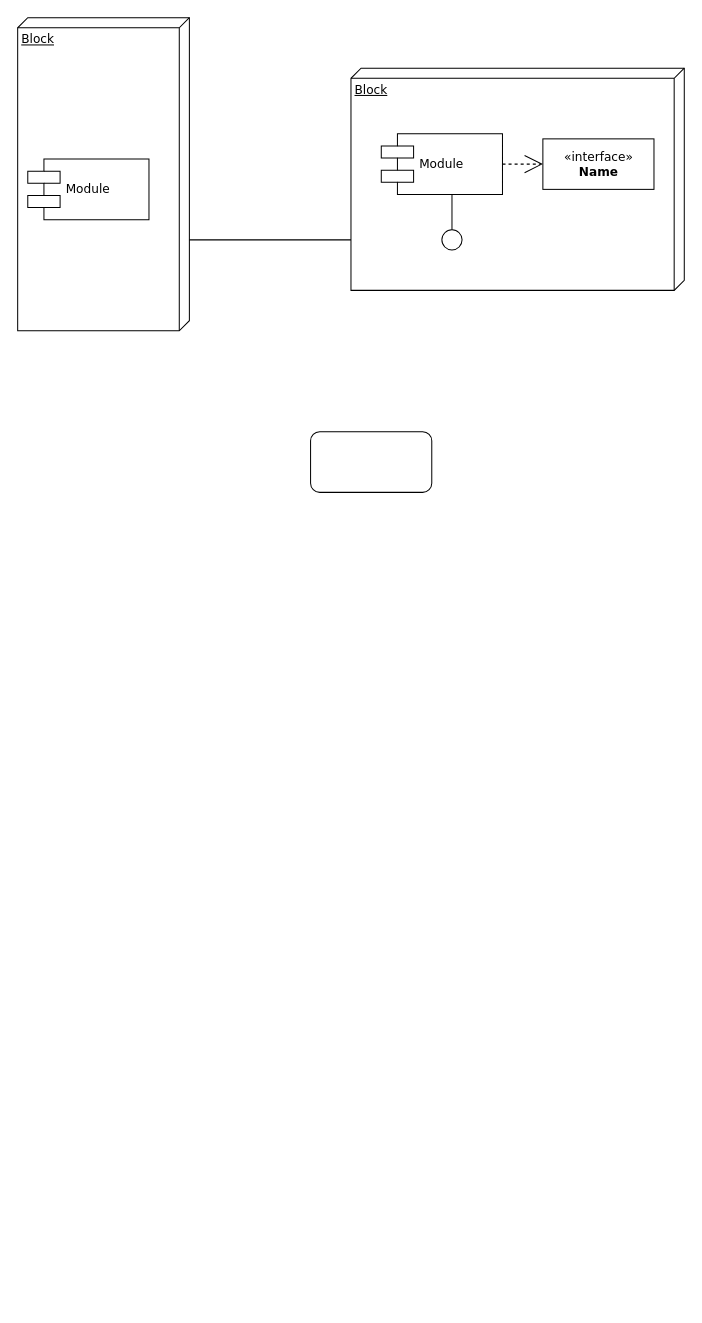
Before: 未命名绘图.drawio in Bernard203/Bernard203.github.io, a draw.io diagram. Source tidied: cells renumbered, new cells numbered last; positions are measured from the earlier drawing's top-left corner, leaving out a move shared by most shapes. Both pictures are drawn from the tidied source at 101%, with x=0, y=0 at pixel (17, 17).
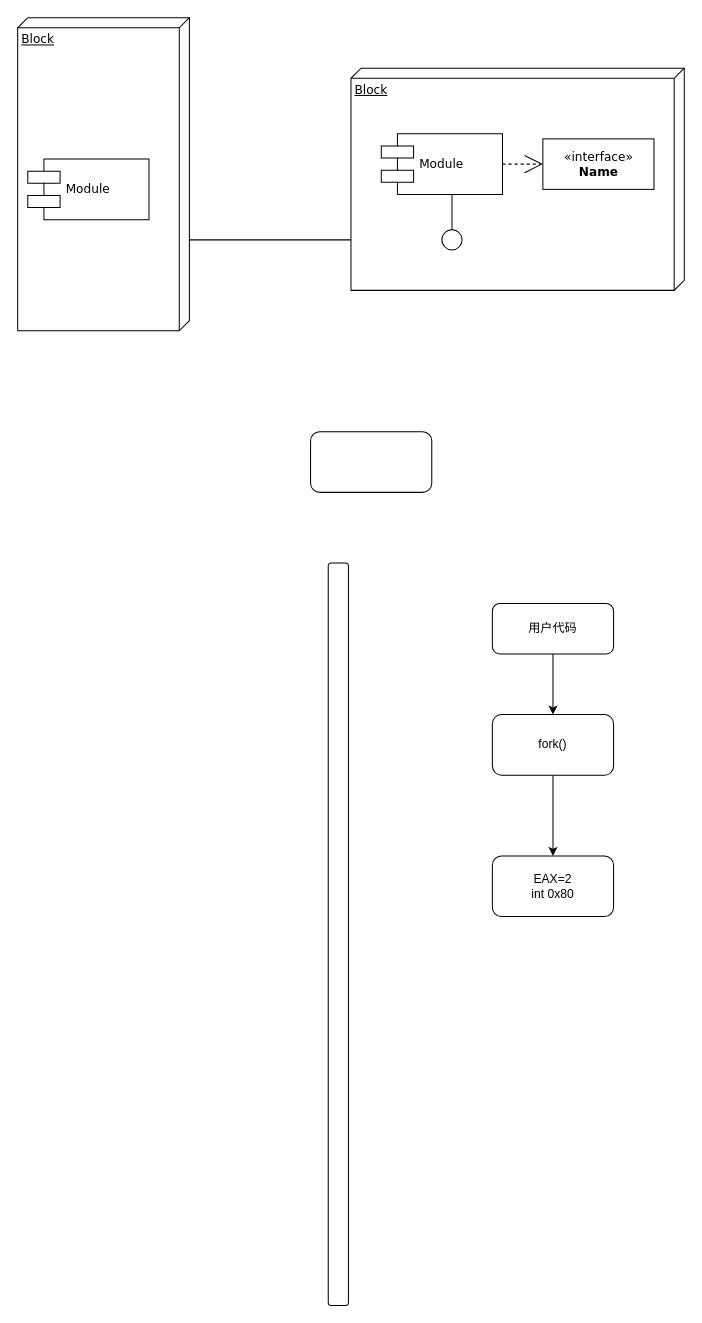
The same page after the edit.

What changed in the source:
```diff
@@
 <mxGraphModel>
   <root>
     <mxCell id="0" />
     <mxCell id="1" parent="0" />
     <mxCell id="2" value="Block" style="verticalAlign=top;align=left;spacingTop=8;spacingLeft=2;spacingRight=12;shape=cube;size=10;direction=south;fontStyle=4;html=1;rounded=0;shadow=0;comic=0;labelBackgroundColor=none;strokeWidth=1;fontFamily=Verdana;fontSize=12;" parent="1" vertex="1">
       <mxGeometry x="330" y="50" width="330" height="220" as="geometry" />
     </mxCell>
     <mxCell id="3" value="Block" style="verticalAlign=top;align=left;spacingTop=8;spacingLeft=2;spacingRight=12;shape=cube;size=10;direction=south;fontStyle=4;html=1;rounded=0;shadow=0;comic=0;labelBackgroundColor=none;strokeWidth=1;fontFamily=Verdana;fontSize=12;" parent="1" vertex="1">
       <mxGeometry width="170" height="310" as="geometry" />
     </mxCell>
     <mxCell id="4" value="Module" style="shape=component;align=left;spacingLeft=36;rounded=0;shadow=0;comic=0;labelBackgroundColor=none;strokeWidth=1;fontFamily=Verdana;fontSize=12;html=1;" parent="1" vertex="1">
       <mxGeometry x="360" y="115" width="120" height="60" as="geometry" />
     </mxCell>
     <mxCell id="5" value="&amp;laquo;interface&amp;raquo;&lt;br&gt;&lt;b&gt;Name&lt;/b&gt;" style="html=1;rounded=0;shadow=0;comic=0;labelBackgroundColor=none;strokeWidth=1;fontFamily=Verdana;fontSize=12;align=center;" parent="1" vertex="1">
       <mxGeometry x="520" y="120" width="110" height="50" as="geometry" />
     </mxCell>
     <mxCell id="6" style="ellipse;whiteSpace=wrap;html=1;rounded=0;shadow=0;comic=0;labelBackgroundColor=none;strokeWidth=1;fontFamily=Verdana;fontSize=12;align=center;" parent="1" vertex="1">
       <mxGeometry x="420" y="210" width="20" height="20" as="geometry" />
     </mxCell>
     <mxCell id="7" value="Module" style="shape=component;align=left;spacingLeft=36;rounded=0;shadow=0;comic=0;labelBackgroundColor=none;strokeWidth=1;fontFamily=Verdana;fontSize=12;html=1;" parent="1" vertex="1">
       <mxGeometry x="10" y="140" width="120" height="60" as="geometry" />
     </mxCell>
     <mxCell id="8" style="edgeStyle=elbowEdgeStyle;rounded=0;html=1;labelBackgroundColor=none;startArrow=none;startFill=0;startSize=8;endArrow=none;endFill=0;endSize=16;fontFamily=Verdana;fontSize=12;" parent="1" edge="1" source="6" target="4">
       <mxGeometry relative="1" as="geometry" />
     </mxCell>
     <mxCell id="9" style="edgeStyle=orthogonalEdgeStyle;rounded=0;html=1;dashed=1;labelBackgroundColor=none;startArrow=none;startFill=0;startSize=8;endArrow=open;endFill=0;endSize=16;fontFamily=Verdana;fontSize=12;" parent="1" edge="1" source="4" target="5">
       <mxGeometry relative="1" as="geometry" />
     </mxCell>
     <mxCell id="10" style="edgeStyle=orthogonalEdgeStyle;rounded=0;html=1;labelBackgroundColor=none;startArrow=none;startFill=0;startSize=8;endArrow=none;endFill=0;endSize=16;fontFamily=Verdana;fontSize=12;" parent="1" edge="1" source="3" target="2">
       <mxGeometry relative="1" as="geometry">
         <Array as="points">
           <mxPoint x="250" y="220" />
           <mxPoint x="250" y="220" />
         </Array>
       </mxGeometry>
     </mxCell>
     <mxCell id="11" style="rounded=1;whiteSpace=wrap;html=1;" parent="1" vertex="1">
       <mxGeometry x="290" y="410" width="120" height="60" as="geometry" />
     </mxCell>
+    <mxCell id="12" style="rounded=1;whiteSpace=wrap;html=1;rotation=90;" parent="1" vertex="1">
+      <mxGeometry x="-50" y="897.5" width="735" height="20" as="geometry" />
+    </mxCell>
+    <mxCell id="13" style="edgeStyle=orthogonalEdgeStyle;rounded=0;jettySize=auto;html=1;" parent="1" edge="1" source="14" target="16">
+      <mxGeometry relative="1" as="geometry" />
+    </mxCell>
+    <mxCell id="14" value="用户代码" style="rounded=1;whiteSpace=wrap;html=1;" parent="1" vertex="1">
+      <mxGeometry x="470" y="580" width="120" height="50" as="geometry" />
+    </mxCell>
+    <mxCell id="15" style="edgeStyle=orthogonalEdgeStyle;rounded=0;jettySize=auto;html=1;" parent="1" edge="1" source="16" target="17">
+      <mxGeometry relative="1" as="geometry" />
+    </mxCell>
+    <mxCell id="16" value="fork()" style="whiteSpace=wrap;html=1;rounded=1;" parent="1" vertex="1">
+      <mxGeometry x="470" y="690" width="120" height="60" as="geometry" />
+    </mxCell>
+    <mxCell id="17" value="&lt;div&gt;EAX=2&lt;/div&gt;&lt;div&gt;int 0x80&lt;br&gt;&lt;/div&gt;" style="whiteSpace=wrap;html=1;rounded=1;" parent="1" vertex="1">
+      <mxGeometry x="470" y="830" width="120" height="60" as="geometry" />
+    </mxCell>
   </root>
 </mxGraphModel>
```
